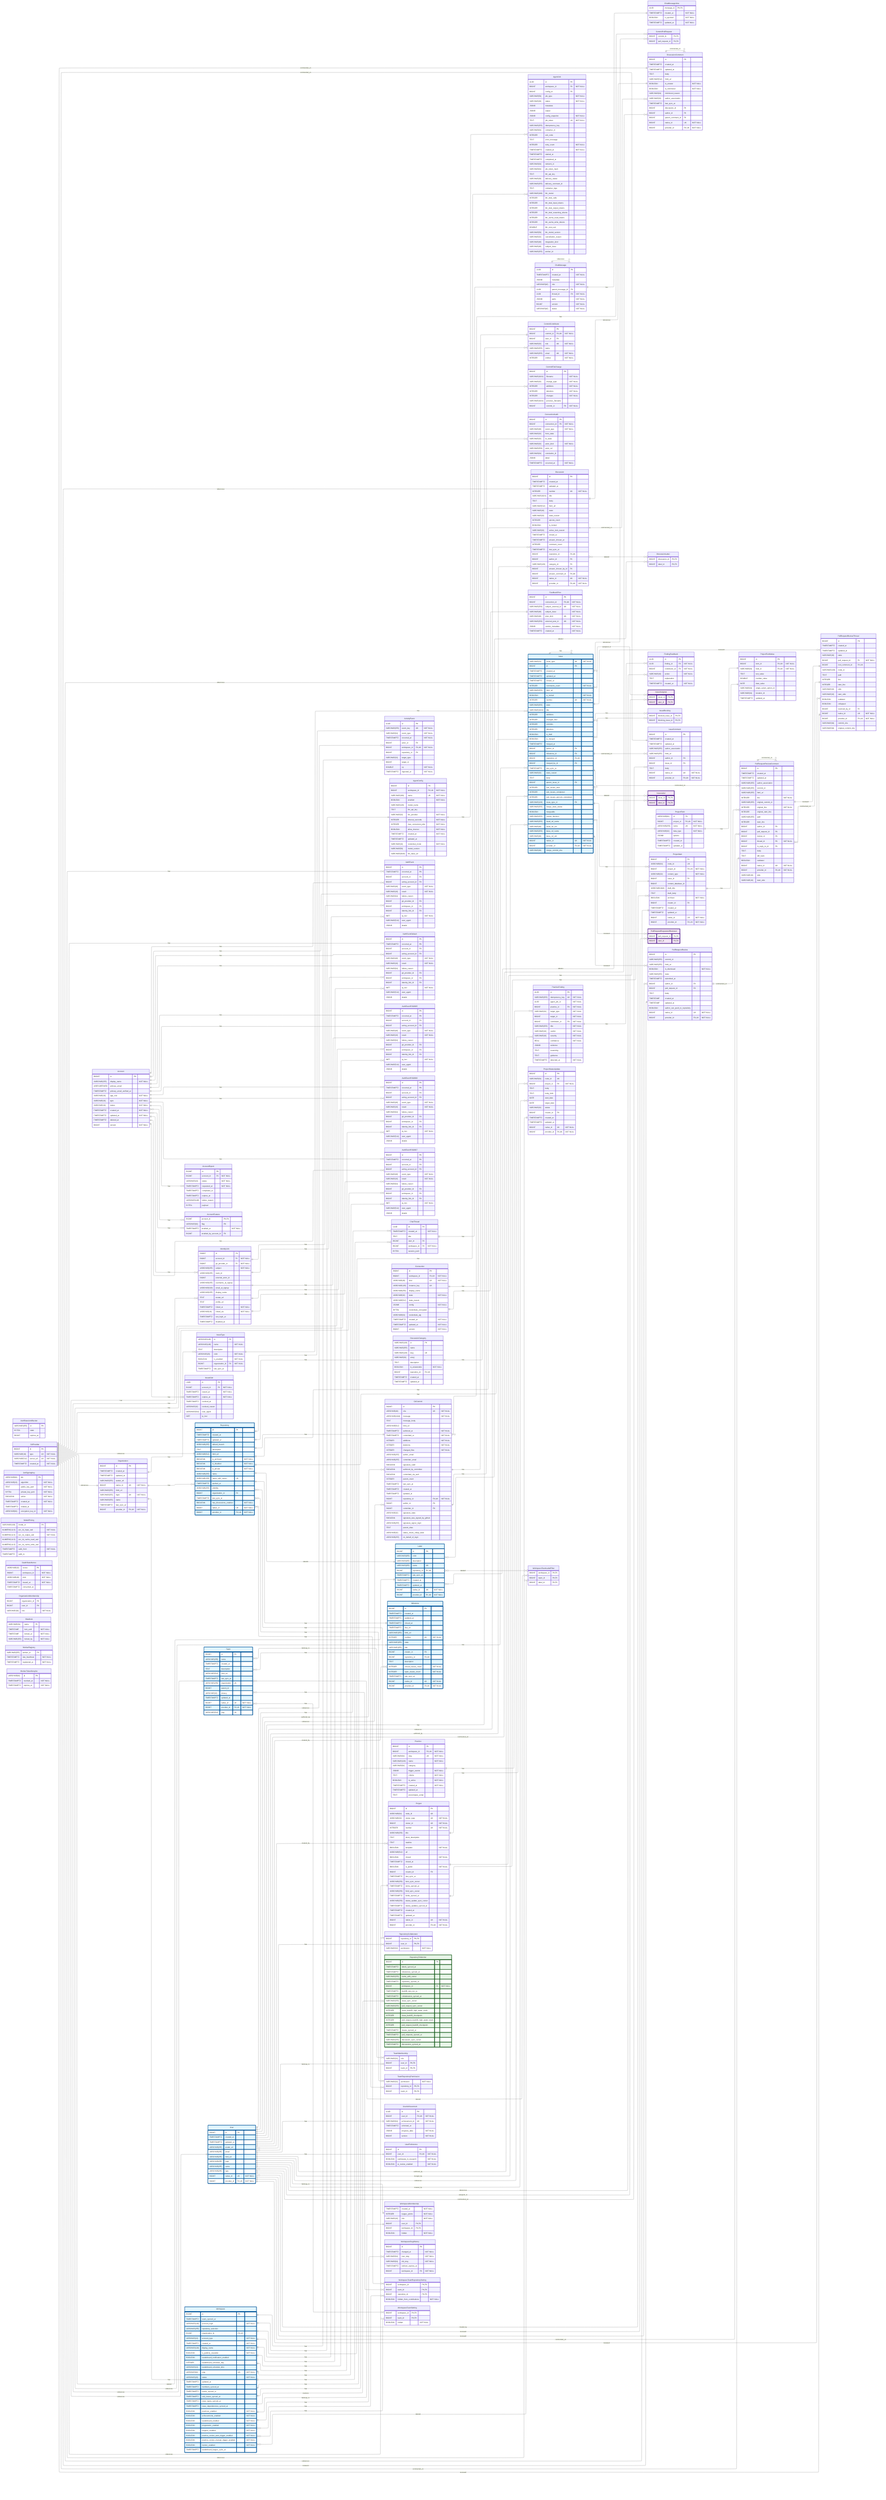
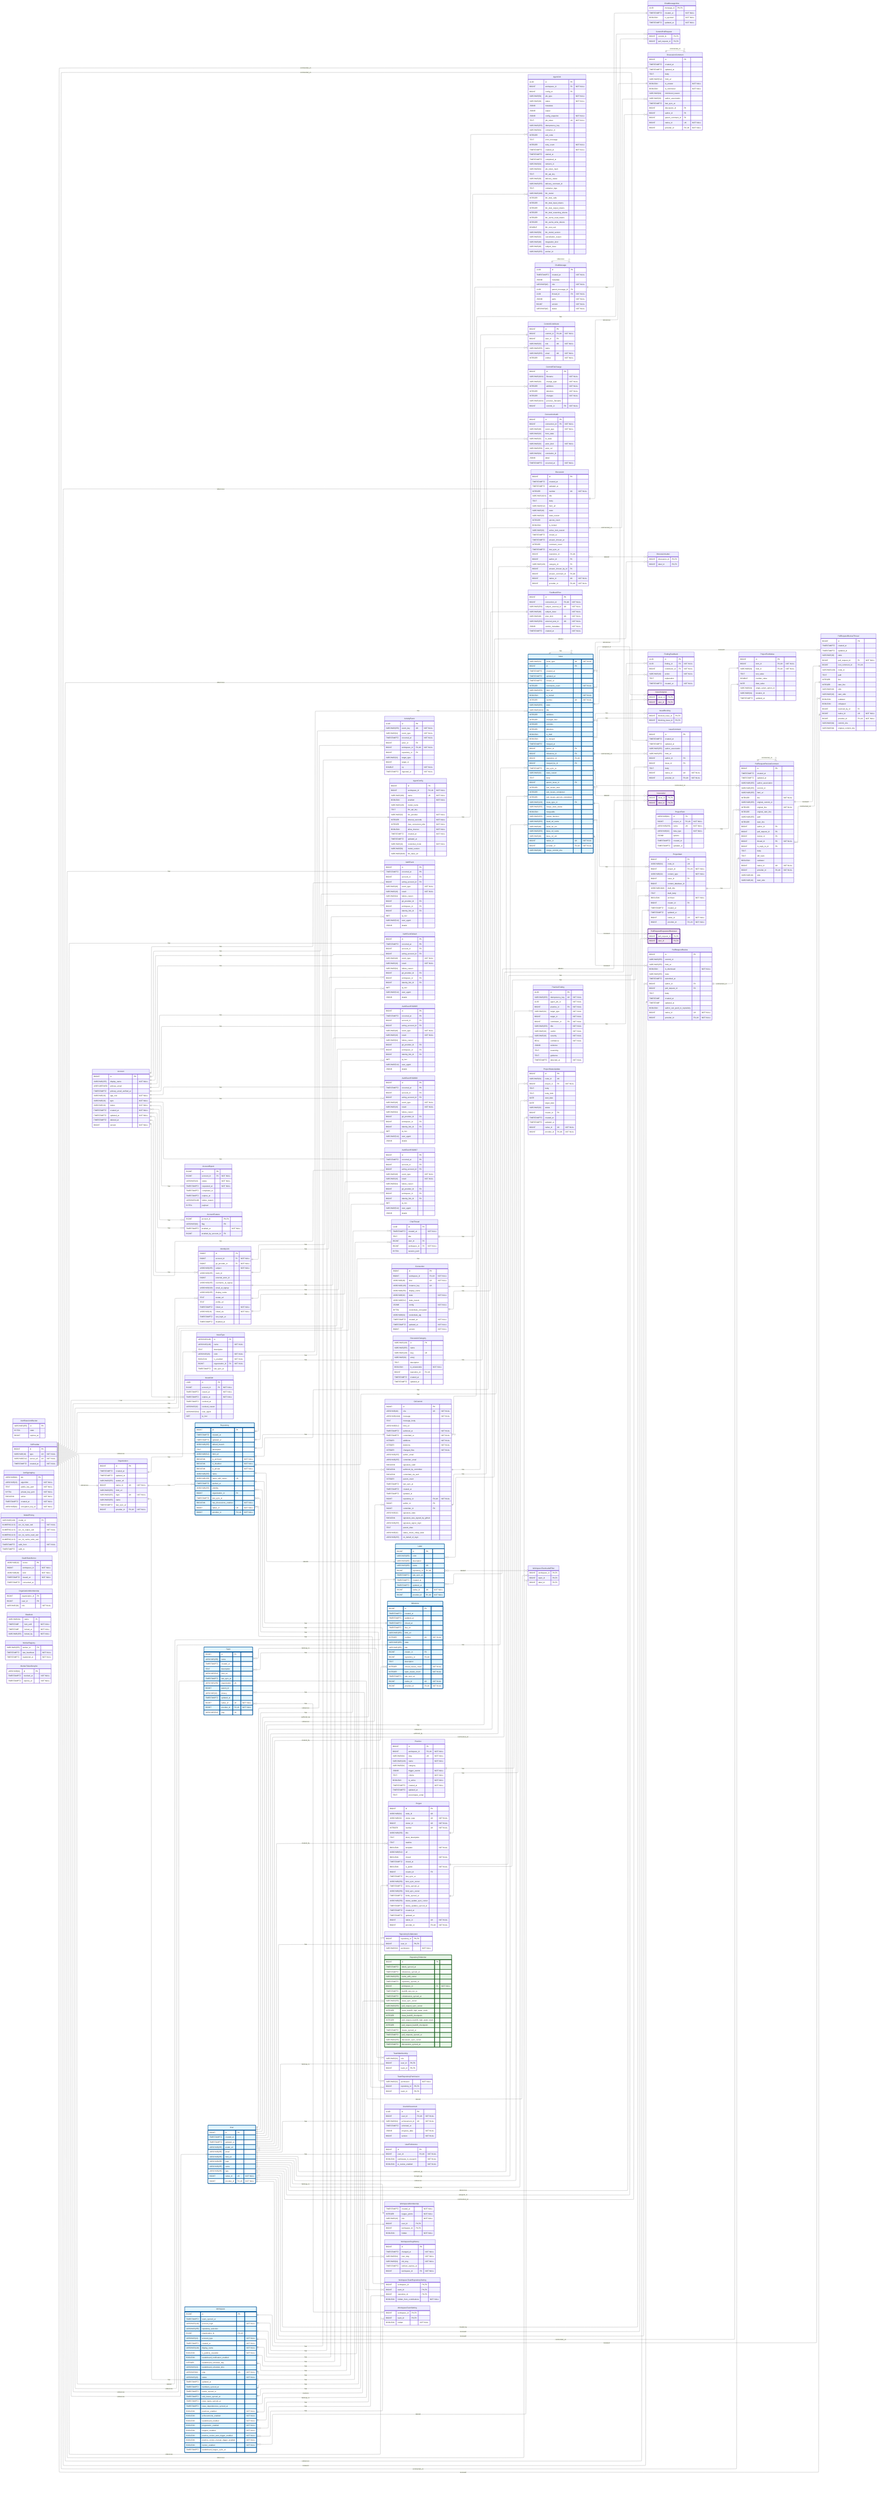
---
config:
    layout: elk
---
erDiagram
    %% Generated automatically from PostgreSQL database schema
    %% using scripts/generate-mermaid-erd.ts
    %% To regenerate: pnpm run db:generate-erd-docs

    direction LR

    Account {
        BIGINT id PK
        VARCHAR(255) display_name "NOT NULL"
        USER-DEFINED primary_email
        TIMESTAMPTZ primary_email_verified_at
        VARCHAR(16) app_role "NOT NULL"
        VARCHAR(16) type "NOT NULL"
        VARCHAR(16) status "NOT NULL"
        TIMESTAMPTZ created_at "NOT NULL"
        TIMESTAMPTZ updated_at "NOT NULL"
        TIMESTAMPTZ deleted_at
        BIGINT version "NOT NULL"
    }

    AccountExport {
        BIGINT id PK
        BIGINT account_id FK "NOT NULL"
        VARCHAR(16) status "NOT NULL"
        TIMESTAMPTZ requested_at "NOT NULL"
        TIMESTAMPTZ completed_at
        TIMESTAMPTZ expires_at
        VARCHAR(128) failure_reason
        BYTEA payload
    }

    AccountFeature {
        BIGINT account_id PK,FK
        VARCHAR(64) flag PK
        TIMESTAMPTZ enabled_at "NOT NULL"
        BIGINT enabled_by_account_id FK
    }

    ActivityEvent {
        UUID id PK
        VARCHAR(255) event_key UK "NOT NULL"
        VARCHAR(64) event_type "NOT NULL"
        TIMESTAMPTZ occurred_at "NOT NULL"
        BIGINT actor_id FK
        BIGINT workspace_id FK,UK "NOT NULL"
        BIGINT repository_id FK
        VARCHAR(32) target_type
        BIGINT target_id
        DOUBLE xp "NOT NULL"
        TIMESTAMPTZ ingested_at "NOT NULL"
    }

    AgentConfig {
        BIGINT id PK
        BIGINT workspace_id FK,UK "NOT NULL"
        VARCHAR(100) name UK "NOT NULL"
        BOOLEAN enabled "NOT NULL"
        VARCHAR(128) model_name
        TEXT llm_api_key
        VARCHAR(32) llm_provider "NOT NULL"
        INTEGER timeout_seconds "NOT NULL"
        INTEGER max_concurrent_jobs "NOT NULL"
        BOOLEAN allow_internet "NOT NULL"
        TIMESTAMPTZ created_at "NOT NULL"
        TIMESTAMPTZ updated_at
        VARCHAR(16) credential_mode "NOT NULL"
        VARCHAR(50) model_version
        VARCHAR(2048) llm_base_url
    }

    AgentJob {
        UUID id PK
        BIGINT workspace_id FK "NOT NULL"
        BIGINT config_id FK
        VARCHAR(50) job_type "NOT NULL"
        VARCHAR(20) status "NOT NULL"
        JSONB metadata
        JSONB output
        JSONB config_snapshot "NOT NULL"
        TEXT job_token UK "NOT NULL"
        VARCHAR(255) idempotency_key
        VARCHAR(64) container_id
        INTEGER exit_code
        TEXT error_message
        INTEGER retry_count "NOT NULL"
        TIMESTAMPTZ created_at "NOT NULL"
        TIMESTAMPTZ started_at
        TIMESTAMPTZ completed_at
        VARCHAR(64) network_id
        VARCHAR(64) job_token_hash
        TEXT llm_api_key
        VARCHAR(20) delivery_status
        VARCHAR(255) delivery_comment_id
        TEXT container_logs
        VARCHAR(100) llm_model
        INTEGER llm_total_calls
        INTEGER llm_total_input_tokens
        INTEGER llm_total_output_tokens
        INTEGER llm_total_reasoning_tokens
        INTEGER llm_cache_read_tokens
        INTEGER llm_cache_write_tokens
        DOUBLE llm_cost_usd
        VARCHAR(50) llm_model_version
        VARCHAR(32) cancellation_reason
        VARCHAR(48) integration_kind
        VARCHAR(48) subject_class
        VARCHAR(255) worker_id
    }

    AuthEvent {
        BIGINT id PK
        TIMESTAMPTZ occurred_at PK
        BIGINT account_id FK
        BIGINT acting_account_id FK
        VARCHAR(48) event_type "NOT NULL"
        VARCHAR(16) result "NOT NULL"
        VARCHAR(64) failure_reason
        BIGINT git_provider_id FK
        BIGINT workspace_id FK
        BIGINT identity_link_id FK
-         INET ip_inet "NOT NULL"
+         INET ip_inet
        VARCHAR(512) user_agent
        JSONB details
    }

    AuthEventDefault {
        BIGINT id PK
        TIMESTAMPTZ occurred_at PK
        BIGINT account_id FK
        BIGINT acting_account_id FK
        VARCHAR(48) event_type "NOT NULL"
        VARCHAR(16) result "NOT NULL"
        VARCHAR(64) failure_reason
        BIGINT git_provider_id FK
        BIGINT workspace_id FK
        BIGINT identity_link_id FK
-         INET ip_inet "NOT NULL"
+         INET ip_inet
        VARCHAR(512) user_agent
        JSONB details
    }

    AuthEventP202605 {
        BIGINT id PK
        TIMESTAMPTZ occurred_at PK
        BIGINT account_id FK
        BIGINT acting_account_id FK
        VARCHAR(48) event_type "NOT NULL"
        VARCHAR(16) result "NOT NULL"
        VARCHAR(64) failure_reason
        BIGINT git_provider_id FK
        BIGINT workspace_id FK
        BIGINT identity_link_id FK
-         INET ip_inet "NOT NULL"
+         INET ip_inet
        VARCHAR(512) user_agent
        JSONB details
    }

    AuthEventP202606 {
        BIGINT id PK
        TIMESTAMPTZ occurred_at PK
        BIGINT account_id FK
        BIGINT acting_account_id FK
        VARCHAR(48) event_type "NOT NULL"
        VARCHAR(16) result "NOT NULL"
        VARCHAR(64) failure_reason
        BIGINT git_provider_id FK
        BIGINT workspace_id FK
        BIGINT identity_link_id FK
-         INET ip_inet "NOT NULL"
+         INET ip_inet
        VARCHAR(512) user_agent
        JSONB details
    }

    AuthEventP202607 {
        BIGINT id PK
        TIMESTAMPTZ occurred_at PK
        BIGINT account_id FK
        BIGINT acting_account_id FK
        VARCHAR(48) event_type "NOT NULL"
        VARCHAR(16) result "NOT NULL"
        VARCHAR(64) failure_reason
        BIGINT git_provider_id FK
        BIGINT workspace_id FK
        BIGINT identity_link_id FK
-         INET ip_inet "NOT NULL"
+         INET ip_inet
        VARCHAR(512) user_agent
        JSONB details
    }

    AuthRateLimitBucket {
        VARCHAR(255) id PK
        BYTEA state
        BIGINT expires_at
    }

    ChatMessage {
        UUID id PK
        TIMESTAMPTZ created_at "NOT NULL"
        JSONB metadata
        VARCHAR(16) role "NOT NULL"
        UUID parent_message_id FK
        UUID thread_id FK "NOT NULL"
        JSONB parts "NOT NULL"
        BIGINT version "NOT NULL"
        VARCHAR(16) status "NOT NULL"
    }

    ChatMessageVote {
        UUID message_id PK,FK
        TIMESTAMPTZ created_at "NOT NULL"
        BOOLEAN is_upvoted "NOT NULL"
        TIMESTAMPTZ updated_at "NOT NULL"
    }

    ChatThread {
        UUID id PK
        TIMESTAMPTZ created_at "NOT NULL"
        TEXT title
        BIGINT user_id FK
        BIGINT workspace_id FK "NOT NULL"
        BYTEA session_jsonl
    }

    CommitContributor {
        BIGINT id PK
        BIGINT commit_id FK,UK "NOT NULL"
        BIGINT user_id FK
        VARCHAR(32) role UK "NOT NULL"
        VARCHAR(255) name
        VARCHAR(255) email UK "NOT NULL"
        INTEGER ordinal "NOT NULL"
    }

    CommitFileChange {
        BIGINT id PK
        VARCHAR(1024) filename "NOT NULL"
        VARCHAR(32) change_type "NOT NULL"
        INTEGER additions "NOT NULL"
        INTEGER deletions "NOT NULL"
        INTEGER changes "NOT NULL"
        VARCHAR(1024) previous_filename
        BIGINT commit_id FK "NOT NULL"
    }

    CommitPullRequest {
        BIGINT commit_id PK,FK
        BIGINT pull_request_id PK,FK
    }

    Connection {
        BIGINT id PK
        BIGINT workspace_id FK,UK "NOT NULL"
        VARCHAR(48) kind UK "NOT NULL"
        VARCHAR(128) instance_key UK
        VARCHAR(256) display_name
        VARCHAR(32) state "NOT NULL"
        VARCHAR(512) state_reason
        JSONB config "NOT NULL"
        BYTEA credentials_encrypted
        VARCHAR(64) credentials_alg
        TIMESTAMPTZ created_at "NOT NULL"
        TIMESTAMPTZ updated_at "NOT NULL"
        BIGINT version "NOT NULL"
    }

    ConnectionAudit {
        BIGINT id PK
        BIGINT connection_id FK "NOT NULL"
        VARCHAR(48) event_type "NOT NULL"
        VARCHAR(32) from_state
        VARCHAR(32) to_state
        VARCHAR(32) actor_kind "NOT NULL"
        VARCHAR(256) actor_ref
        VARCHAR(64) correlation_id
        JSONB detail
        TIMESTAMPTZ occurred_at "NOT NULL"
    }

    Discussion {
        BIGINT id PK
        TIMESTAMPTZ created_at
        TIMESTAMPTZ updated_at
        INTEGER number UK "NOT NULL"
        VARCHAR(1024) title
        TEXT body
        VARCHAR(512) html_url
        VARCHAR(16) state
        VARCHAR(32) state_reason
        INTEGER upvote_count
        BOOLEAN is_locked
        VARCHAR(32) active_lock_reason
        TIMESTAMPTZ closed_at
        TIMESTAMPTZ answer_chosen_at
        INTEGER comment_count
        TIMESTAMPTZ last_sync_at
        BIGINT repository_id FK,UK
        BIGINT author_id FK
        VARCHAR(128) category_id FK
        BIGINT answer_chosen_by_id FK
        BIGINT answer_comment_id FK,UK
        BIGINT native_id UK "NOT NULL"
        BIGINT provider_id FK,UK "NOT NULL"
    }

    DiscussionCategory {
        VARCHAR(128) id PK
        VARCHAR(255) name
        VARCHAR(128) slug UK
        VARCHAR(32) emoji
        TEXT description
        BOOLEAN is_answerable "NOT NULL"
        BIGINT repository_id FK,UK
        TIMESTAMPTZ created_at
        TIMESTAMPTZ updated_at
    }

    DiscussionComment {
        BIGINT id PK
        TIMESTAMPTZ created_at
        TIMESTAMPTZ updated_at
        TEXT body
        VARCHAR(512) html_url
        BOOLEAN is_answer "NOT NULL"
        BOOLEAN is_minimized "NOT NULL"
        VARCHAR(64) minimized_reason
        VARCHAR(32) author_association
        TIMESTAMPTZ last_sync_at
        BIGINT discussion_id FK
        BIGINT author_id FK
        BIGINT parent_comment_id FK
        BIGINT native_id UK "NOT NULL"
        BIGINT provider_id FK,UK "NOT NULL"
    }

    DiscussionLabel {
        BIGINT discussion_id PK,FK
        BIGINT label_id PK,FK
    }

    FeedbackPost {
        BIGINT id PK
        BIGINT connection_id FK,UK "NOT NULL"
        VARCHAR(256) subject_external_id UK "NOT NULL"
        VARCHAR(48) subject_class "NOT NULL"
        VARCHAR(48) post_kind UK "NOT NULL"
        VARCHAR(256) external_post_id UK "NOT NULL"
        JSONB vendor_metadata "NOT NULL"
        TIMESTAMPTZ created_at "NOT NULL"
    }

    FindingFeedback {
        UUID id PK
        UUID finding_id FK "NOT NULL"
        BIGINT contributor_id FK "NOT NULL"
        VARCHAR(16) action "NOT NULL"
        TEXT explanation
        TIMESTAMPTZ created_at "NOT NULL"
    }

    GitCommit {
        BIGINT id PK
        VARCHAR(40) sha UK "NOT NULL"
        VARCHAR(1024) message "NOT NULL"
        TEXT message_body
        VARCHAR(512) html_url
        TIMESTAMPTZ authored_at "NOT NULL"
        TIMESTAMPTZ committed_at "NOT NULL"
        INTEGER additions "NOT NULL"
        INTEGER deletions "NOT NULL"
        INTEGER changed_files "NOT NULL"
        VARCHAR(255) author_email
        VARCHAR(255) committer_email
        BOOLEAN signature_valid
        BOOLEAN authored_by_committer
        BOOLEAN committed_via_web
        INTEGER parent_count
        TIMESTAMPTZ last_sync_at
        TIMESTAMPTZ created_at
        TIMESTAMPTZ updated_at
        BIGINT repository_id FK,UK "NOT NULL"
        BIGINT author_id FK
        BIGINT committer_id FK
        VARCHAR(32) signature_state
        BOOLEAN signature_was_signed_by_github
        VARCHAR(255) signature_signer_login
        TEXT parent_shas
        VARCHAR(32) status_check_rollup_state
        VARCHAR(255) on_behalf_of_login
    }

    GitProvider {
        BIGINT id PK
        VARCHAR(10) type UK "NOT NULL"
        VARCHAR(512) server_url UK "NOT NULL"
        TIMESTAMPTZ created_at "NOT NULL"
    }

    IdentityLink {
        BIGINT id PK
        BIGINT account_id FK "NOT NULL"
        BIGINT git_provider_id FK "NOT NULL"
        VARCHAR(255) subject "NOT NULL"
        VARCHAR(255) team_id
        BIGINT external_actor_id
        VARCHAR(255) username_at_signup
        VARCHAR(320) email_at_signup
        VARCHAR(255) display_name
        TEXT avatar_url
        TEXT profile_url
        TIMESTAMPTZ linked_at "NOT NULL"
        VARCHAR(16) linked_via "NOT NULL"
        TIMESTAMPTZ last_login_at
        TIMESTAMPTZ disabled_at
    }

    Issue {
        VARCHAR(31) issue_type UK "NOT NULL"
        BIGINT id PK
        TIMESTAMPTZ created_at
        TIMESTAMPTZ updated_at
        TIMESTAMPTZ closed_at
        INTEGER comments_count "NOT NULL"
        VARCHAR(255) html_url
        BOOLEAN is_locked "NOT NULL"
        INTEGER number UK "NOT NULL"
        VARCHAR(255) state
        VARCHAR(1024) title
        INTEGER additions
        INTEGER changed_files
        INTEGER commits
        INTEGER deletions
        BOOLEAN is_draft
        BOOLEAN is_merged
        TIMESTAMPTZ merged_at
        BIGINT author_id FK
        BIGINT milestone_id FK
        BIGINT repository_id FK,UK
        BIGINT merged_by_id FK
        TIMESTAMPTZ last_sync_at
        VARCHAR(32) state_reason
        TEXT body
        BIGINT parent_issue_id FK
        INTEGER sub_issues_total
        INTEGER sub_issues_completed
        INTEGER sub_issues_percent_completed
        VARCHAR(128) issue_type_id FK
        VARCHAR(255) merge_state_status
        BOOLEAN mergeable
        VARCHAR(255) review_decision
        VARCHAR(255) head_ref_name
        VARCHAR(40) head_ref_oid
        VARCHAR(255) base_ref_name
        VARCHAR(40) base_ref_oid
        BIGINT native_id UK "NOT NULL"
        BIGINT provider_id FK,UK "NOT NULL"
        VARCHAR(40) merge_commit_sha
    }

    IssueAssignee {
        BIGINT issue_id PK,FK
        BIGINT user_id PK,FK
    }

    IssueBlocking {
        BIGINT blocked_issue_id PK,FK
        BIGINT blocking_issue_id PK,FK
    }

    IssueComment {
        BIGINT id PK
        TIMESTAMPTZ created_at
        TIMESTAMPTZ updated_at
        VARCHAR(255) author_association
        VARCHAR(255) html_url
        BIGINT author_id FK
        BIGINT issue_id FK
        TEXT body
        BIGINT native_id UK "NOT NULL"
        BIGINT provider_id FK,UK "NOT NULL"
    }

    IssueLabel {
        BIGINT issue_id PK,FK
        BIGINT label_id PK,FK
    }

    IssueType {
        VARCHAR(128) id PK
        VARCHAR(128) name "NOT NULL"
        TEXT description
        VARCHAR(20) color "NOT NULL"
        BOOLEAN is_enabled "NOT NULL"
        BIGINT organization_id FK "NOT NULL"
        TIMESTAMPTZ last_sync_at
    }

    IssuedJwt {
        UUID jti PK
        BIGINT account_id FK "NOT NULL"
        TIMESTAMPTZ issued_at "NOT NULL"
        TIMESTAMPTZ expires_at "NOT NULL"
        TIMESTAMPTZ revoked_at
        VARCHAR(32) revoked_reason
        VARCHAR(512) user_agent
        INET ip_inet
    }

    JwtSigningKey {
        VARCHAR(64) kid PK
        VARCHAR(16) algorithm "NOT NULL"
        TEXT public_key_pem "NOT NULL"
        BYTEA private_key_pem "NOT NULL"
        BOOLEAN active "NOT NULL"
        TIMESTAMPTZ created_at "NOT NULL"
-         TIMESTAMPTZ rotated_at
        VARCHAR(64) encryption_key_id "NOT NULL"
    }

    Label {
        BIGINT id PK
        VARCHAR(255) color
        VARCHAR(255) description
        VARCHAR(255) name UK
        BIGINT repository_id FK,UK
        TIMESTAMPTZ last_sync_at
        TIMESTAMPTZ created_at
        TIMESTAMPTZ updated_at
        BIGINT native_id UK "NOT NULL"
        BIGINT provider_id FK,UK "NOT NULL"
    }

    Milestone {
        BIGINT id PK
        TIMESTAMPTZ created_at
        TIMESTAMPTZ updated_at
        TIMESTAMPTZ closed_at
        TIMESTAMPTZ due_on
        VARCHAR(255) html_url
        INTEGER number UK "NOT NULL"
        VARCHAR(255) state
        VARCHAR(255) title
        BIGINT creator_id FK
        BIGINT repository_id FK,UK
        TEXT description
        INTEGER closed_issues_count "NOT NULL"
        INTEGER open_issues_count "NOT NULL"
        TIMESTAMPTZ last_sync_at
        BIGINT native_id UK "NOT NULL"
        BIGINT provider_id FK,UK "NOT NULL"
    }

    ModelPricing {
        VARCHAR(128) model_id PK
        NUMERIC(12,6) per_1k_input_usd "NOT NULL"
        NUMERIC(12,6) per_1k_output_usd "NOT NULL"
        NUMERIC(12,6) per_1k_cache_read_usd
        NUMERIC(12,6) per_1k_cache_write_usd
        TIMESTAMPTZ valid_from "NOT NULL"
        TIMESTAMPTZ valid_to
    }

    OauthStateNonce {
        VARCHAR(32) nonce PK
        BIGINT workspace_id "NOT NULL"
        VARCHAR(48) kind "NOT NULL"
        TIMESTAMPTZ issued_at "NOT NULL"
        TIMESTAMPTZ consumed_at
    }

    Organization {
        BIGINT id PK
        TIMESTAMPTZ created_at
        TIMESTAMPTZ updated_at
        VARCHAR(255) avatar_url
        BIGINT native_id UK "NOT NULL"
        VARCHAR(255) html_url
        VARCHAR(255) login UK "NOT NULL"
        VARCHAR(255) name
        TIMESTAMPTZ last_sync_at
        BIGINT provider_id FK,UK "NOT NULL"
    }

    OrganizationMembership {
        BIGINT organization_id PK
        BIGINT user_id PK
        VARCHAR(32) role "NOT NULL"
    }

    Practice {
        BIGINT id PK
        BIGINT workspace_id FK,UK "NOT NULL"
        VARCHAR(64) slug UK "NOT NULL"
        VARCHAR(128) name "NOT NULL"
        VARCHAR(64) category
        JSONB trigger_events "NOT NULL"
        TEXT criteria "NOT NULL"
        BOOLEAN is_active "NOT NULL"
        TIMESTAMPTZ created_at "NOT NULL"
        TIMESTAMPTZ updated_at
        TEXT precompute_script
    }

    PracticeFinding {
        UUID id PK
        VARCHAR(255) idempotency_key UK "NOT NULL"
        UUID agent_job_id "NOT NULL"
        BIGINT practice_id FK "NOT NULL"
        VARCHAR(32) target_type "NOT NULL"
        BIGINT target_id "NOT NULL"
        BIGINT contributor_id FK "NOT NULL"
        VARCHAR(255) title "NOT NULL"
        VARCHAR(16) verdict "NOT NULL"
        VARCHAR(16) severity "NOT NULL"
        REAL confidence "NOT NULL"
        JSONB evidence
        TEXT reasoning
        TEXT guidance
        TIMESTAMPTZ detected_at "NOT NULL"
    }

    Project {
        BIGINT id PK
        VARCHAR(64) node_id UK
        VARCHAR(32) owner_type UK "NOT NULL"
        BIGINT owner_id UK "NOT NULL"
        INTEGER number UK "NOT NULL"
        VARCHAR(256) title
        TEXT short_description
        TEXT readme
        BOOLEAN template "NOT NULL"
        VARCHAR(512) url
        BOOLEAN closed "NOT NULL"
        TIMESTAMPTZ closed_at
        BOOLEAN is_public "NOT NULL"
        BIGINT creator_id FK
        TIMESTAMPTZ last_sync_at
        VARCHAR(256) item_sync_cursor
        TIMESTAMPTZ items_synced_at
        VARCHAR(256) field_sync_cursor
        TIMESTAMPTZ fields_synced_at
        VARCHAR(256) status_update_sync_cursor
        TIMESTAMPTZ status_updates_synced_at
        TIMESTAMPTZ created_at
        TIMESTAMPTZ updated_at
        BIGINT native_id UK "NOT NULL"
        BIGINT provider_id FK,UK "NOT NULL"
    }

    ProjectField {
        VARCHAR(64) id PK
        BIGINT project_id FK,UK "NOT NULL"
        VARCHAR(256) name UK "NOT NULL"
        VARCHAR(32) data_type "NOT NULL"
        JSONB options
        TIMESTAMPTZ created_at
        TIMESTAMPTZ updated_at
    }

    ProjectFieldValue {
        BIGINT id PK
        BIGINT item_id FK,UK "NOT NULL"
        VARCHAR(64) field_id FK,UK "NOT NULL"
        TEXT text_value
        DOUBLE number_value
        DATE date_value
        VARCHAR(64) single_select_option_id
        VARCHAR(64) iteration_id
        TIMESTAMPTZ updated_at
    }

    ProjectItem {
        BIGINT id PK
        VARCHAR(64) node_id UK
        BIGINT project_id FK,UK "NOT NULL"
        VARCHAR(32) content_type "NOT NULL"
        BIGINT issue_id FK
        BIGINT content_database_id
        VARCHAR(1024) draft_title
        TEXT draft_body
        BOOLEAN archived "NOT NULL"
        BIGINT creator_id FK
        TIMESTAMPTZ created_at
        TIMESTAMPTZ updated_at
        BIGINT native_id UK "NOT NULL"
        BIGINT provider_id FK,UK "NOT NULL"
    }

    ProjectStatusUpdate {
        BIGINT id PK
        VARCHAR(64) node_id UK
        BIGINT project_id FK "NOT NULL"
        TEXT body
        TEXT body_html
        DATE start_date
        DATE target_date
        VARCHAR(32) status
        BIGINT creator_id FK
        TIMESTAMPTZ created_at
        TIMESTAMPTZ updated_at
        BIGINT native_id UK "NOT NULL"
        BIGINT provider_id FK,UK "NOT NULL"
    }

    PullRequestRequestedReviewer {
        BIGINT pull_request_id PK,FK
        BIGINT user_id PK,FK
    }

    PullRequestReview {
        BIGINT id PK
        VARCHAR(255) commit_id
        VARCHAR(255) html_url
        BOOLEAN is_dismissed "NOT NULL"
        VARCHAR(255) state
        TIMESTAMPTZ submitted_at
        BIGINT author_id FK
        BIGINT pull_request_id FK
        TEXT body
        TIMESTAMP created_at
        TIMESTAMP updated_at
        BOOLEAN author_can_push_to_repository
        BIGINT native_id UK "NOT NULL"
        BIGINT provider_id FK,UK "NOT NULL"
    }

    PullRequestReviewComment {
        BIGINT id PK
        TIMESTAMPTZ created_at
        TIMESTAMPTZ updated_at
        VARCHAR(255) author_association
        VARCHAR(255) commit_id
        VARCHAR(255) html_url
        INTEGER line "NOT NULL"
        VARCHAR(255) original_commit_id
        INTEGER original_line "NOT NULL"
        INTEGER original_start_line
        VARCHAR(255) path
        INTEGER start_line
        BIGINT author_id FK
        BIGINT pull_request_id FK
        BIGINT review_id FK
        BIGINT thread_id FK "NOT NULL"
        BIGINT in_reply_to_id FK
        TEXT body
        TEXT diff_hunk
        BOOLEAN outdated
        BIGINT native_id UK "NOT NULL"
        BIGINT provider_id FK,UK "NOT NULL"
        VARCHAR(16) side
        VARCHAR(16) start_side
    }

    PullRequestReviewThread {
        BIGINT id PK
        TIMESTAMPTZ created_at
        TIMESTAMPTZ updated_at
        VARCHAR(20) state
        BIGINT pull_request_id FK "NOT NULL"
        BIGINT root_comment_id FK,UK
        VARCHAR(128) node_id
        TEXT path
        INTEGER line
        INTEGER start_line
        VARCHAR(16) side
        VARCHAR(16) start_side
        BOOLEAN outdated
        BOOLEAN collapsed
        BIGINT resolved_by_id FK
        BIGINT native_id UK "NOT NULL"
        BIGINT provider_id FK,UK "NOT NULL"
        VARCHAR(64) commit_sha
        VARCHAR(64) original_commit_sha
    }

    Repository {
        BIGINT id PK
        TIMESTAMPTZ created_at
        TIMESTAMPTZ updated_at
        VARCHAR(255) default_branch
        TEXT description
        VARCHAR(512) html_url
        BOOLEAN is_archived "NOT NULL"
        BOOLEAN is_disabled "NOT NULL"
        BOOLEAN is_private "NOT NULL"
        VARCHAR(255) name
        VARCHAR(150) name_with_owner UK
        TIMESTAMPTZ pushed_at
        VARCHAR(255) visibility
        BIGINT organization_id FK
        TIMESTAMPTZ last_sync_at
        BOOLEAN has_discussions_enabled "NOT NULL"
        BIGINT native_id UK "NOT NULL"
        BIGINT provider_id FK,UK "NOT NULL"
    }

    RepositoryCollaborator {
        BIGINT repository_id PK,FK
        BIGINT user_id PK,FK
        VARCHAR(32) permission "NOT NULL"
    }

    RepositoryToMonitor {
        BIGINT id PK
        TIMESTAMPTZ labels_synced_at
        TIMESTAMPTZ milestones_synced_at
        VARCHAR(255) name_with_owner
        TIMESTAMPTZ repository_synced_at
        BIGINT workspace_id FK "NOT NULL"
        TIMESTAMPTZ backfill_last_run_at
        TIMESTAMPTZ collaborators_synced_at
        VARCHAR(255) issue_sync_cursor
        VARCHAR(255) pull_request_sync_cursor
        INTEGER issue_backfill_high_water_mark
        INTEGER issue_backfill_checkpoint
        INTEGER pull_request_backfill_high_water_mark
        INTEGER pull_request_backfill_checkpoint
        TIMESTAMPTZ issues_synced_at
        TIMESTAMPTZ pull_requests_synced_at
        VARCHAR(255) discussion_sync_cursor
        TIMESTAMPTZ discussions_synced_at
    }

    Shedlock {
        VARCHAR(64) name PK
        TIMESTAMP lock_until "NOT NULL"
        TIMESTAMP locked_at "NOT NULL"
        VARCHAR(255) locked_by "NOT NULL"
    }

    Team {
        BIGINT id PK
        VARCHAR(255) name
        TIMESTAMPTZ created_at
        TEXT description
        VARCHAR(512) html_url
        TIMESTAMPTZ last_sync_at
        VARCHAR(255) organization UK
        BIGINT parent_id
        VARCHAR(32) privacy
        TIMESTAMPTZ updated_at
        BIGINT native_id UK "NOT NULL"
        BIGINT provider_id FK,UK "NOT NULL"
        VARCHAR(512) slug UK
    }

    TeamMembership {
        VARCHAR(32) role
        BIGINT user_id PK,FK
        BIGINT team_id PK,FK
    }

    TeamRepositoryPermission {
        VARCHAR(32) permission "NOT NULL"
        BIGINT repository_id PK,FK
        BIGINT team_id PK,FK
    }

    User {
        BIGINT id PK
        TIMESTAMPTZ created_at
        TIMESTAMPTZ updated_at
        VARCHAR(255) avatar_url
        VARCHAR(255) email
        VARCHAR(255) html_url
        VARCHAR(255) login
        VARCHAR(255) name
        VARCHAR(255) type
        BIGINT native_id UK "NOT NULL"
        BIGINT provider_id FK,UK "NOT NULL"
    }

    UserAchievement {
        UUID id PK
        BIGINT user_id FK,UK "NOT NULL"
        VARCHAR(64) achievement_id UK "NOT NULL"
        TIMESTAMPTZ unlocked_at
        JSONB progress_data "NOT NULL"
        BIGINT version "NOT NULL"
    }

    UserPreference {
        BIGINT id PK
        BIGINT user_id FK,UK "NOT NULL"
        BOOLEAN participate_in_research "NOT NULL"
        BOOLEAN ai_review_enabled "NOT NULL"
    }

    WorkerRegistry {
        VARCHAR(255) worker_id PK
        TIMESTAMPTZ last_heartbeat "NOT NULL"
        TIMESTAMPTZ registered_at "NOT NULL"
    }

    WorkerTokenDenylist {
        VARCHAR(64) jti PK
        TIMESTAMPTZ revoked_at "NOT NULL"
        TIMESTAMPTZ expires_at "NOT NULL"
    }

    Workspace {
        BIGINT id PK
        TIMESTAMPTZ users_synced_at
        VARCHAR(120) account_login "NOT NULL"
        VARCHAR(255) repository_selection
        BIGINT organization_id FK,UK
        VARCHAR(10) account_type "NOT NULL"
        TIMESTAMPTZ created_at "NOT NULL"
        VARCHAR(120) display_name "NOT NULL"
        BOOLEAN is_publicly_viewable "NOT NULL"
        BOOLEAN leaderboard_notification_enabled
        INTEGER leaderboard_schedule_day
        VARCHAR(10) leaderboard_schedule_time
        VARCHAR(64) slug UK "NOT NULL"
        VARCHAR(20) status "NOT NULL"
        TIMESTAMPTZ updated_at
        TIMESTAMPTZ members_synced_at
        TIMESTAMPTZ teams_synced_at
        TIMESTAMPTZ sub_issues_synced_at
        TIMESTAMPTZ issue_types_synced_at
        TIMESTAMPTZ issue_dependencies_synced_at
        BOOLEAN practices_enabled "NOT NULL"
        BOOLEAN achievements_enabled "NOT NULL"
        BOOLEAN leaderboard_enabled "NOT NULL"
        BOOLEAN progression_enabled "NOT NULL"
        BOOLEAN leagues_enabled "NOT NULL"
        BOOLEAN practice_review_auto_trigger_enabled "NOT NULL"
        BOOLEAN practice_review_manual_trigger_enabled "NOT NULL"
        BOOLEAN mentor_enabled "NOT NULL"
        TIMESTAMPTZ leaderboard_league_cycle_at
    }

    WorkspaceMembership {
        TIMESTAMPTZ created_at "NOT NULL"
        INTEGER league_points "NOT NULL"
        VARCHAR(16) role "NOT NULL"
        BIGINT user_id PK,FK
        BIGINT workspace_id PK,FK
        BOOLEAN hidden "NOT NULL"
    }

    WorkspaceSlugHistory {
        BIGINT id PK
        TIMESTAMPTZ changed_at "NOT NULL"
        VARCHAR(64) new_slug "NOT NULL"
        VARCHAR(64) old_slug "NOT NULL"
        TIMESTAMPTZ redirect_expires_at
        BIGINT workspace_id FK "NOT NULL"
    }

    WorkspaceTeamLabelFilter {
        BIGINT workspace_id PK,FK
        BIGINT team_id PK,FK
        BIGINT label_id PK,FK
    }

    WorkspaceTeamRepositorySetting {
        BIGINT workspace_id PK,FK
        BIGINT team_id PK,FK
        BIGINT repository_id PK,FK
        BOOLEAN hidden_from_contributions "NOT NULL"
    }

    WorkspaceTeamSetting {
        BIGINT workspace_id PK,FK
        BIGINT team_id PK,FK
        BOOLEAN hidden "NOT NULL"
    }

    %% Relationships
    %% One-to-One relationships
    Workspace ||--|| ActivityEvent : has
    Workspace ||--|| AgentConfig : has
    ChatMessage ||--|| ChatMessageVote : has
    GitCommit ||--|| CommitContributor : has
    Workspace ||--|| Connection : has
    DiscussionComment ||--|| Discussion : references
    GitProvider ||--|| Discussion : references
    Repository ||--|| Discussion : has
    Repository ||--|| DiscussionCategory : has
    GitProvider ||--|| DiscussionComment : commented_on
    Connection ||--|| FeedbackPost : has
    Repository ||--|| GitCommit : has
    GitProvider ||--|| Issue : references
    Repository ||--|| Issue : has
    GitProvider ||--|| IssueComment : commented_on
    GitProvider ||--|| Label : labeled
    Repository ||--|| Label : labeled
    GitProvider ||--|| Milestone : references
    Repository ||--|| Milestone : has
    GitProvider ||--|| Organization : references
    Workspace ||--|| Practice : has
    GitProvider ||--|| Project : references
    Project ||--|| ProjectField : has
    ProjectField ||--|| ProjectFieldValue : has
    ProjectItem ||--|| ProjectFieldValue : has
    Project ||--|| ProjectItem : has
    GitProvider ||--|| ProjectItem : references
    GitProvider ||--|| ProjectStatusUpdate : references
    GitProvider ||--|| PullRequestReview : reviewed
    GitProvider ||--|| PullRequestReviewComment : commented_on
    GitProvider ||--|| PullRequestReviewThread : reviewed
    PullRequestReviewComment ||--|| PullRequestReviewThread : reviewed
    GitProvider ||--|| Repository : references
    GitProvider ||--|| Team : references
    GitProvider ||--|| User : references
    User ||--|| UserAchievement : has
    User ||--|| UserPreference : has
    Organization ||--|| Workspace : has
    User ||--|| WorkspaceMembership : belongs_to
    Workspace ||--|| WorkspaceMembership : belongs_to

    %% One-to-Many relationships
    Account ||--o{ AccountExport : has
    User ||--o{ ActivityEvent : references
    Repository ||--o{ ActivityEvent : has
    AgentConfig ||--o{ AgentJob : has
    Workspace ||--o{ AgentJob : has
    Account ||--o{ AuthEvent : has
    Account ||--o{ AuthEvent : has
    GitProvider ||--o{ AuthEvent : has
    IdentityLink ||--o{ AuthEvent : has
    Workspace ||--o{ AuthEvent : has
    Account ||--o{ AuthEventDefault : has
    Account ||--o{ AuthEventDefault : has
    GitProvider ||--o{ AuthEventDefault : has
    IdentityLink ||--o{ AuthEventDefault : has
    Workspace ||--o{ AuthEventDefault : has
    Account ||--o{ AuthEventP202605 : has
    Account ||--o{ AuthEventP202605 : has
    GitProvider ||--o{ AuthEventP202605 : has
    IdentityLink ||--o{ AuthEventP202605 : has
    Workspace ||--o{ AuthEventP202605 : has
    Account ||--o{ AuthEventP202606 : has
    Account ||--o{ AuthEventP202606 : has
    GitProvider ||--o{ AuthEventP202606 : has
    IdentityLink ||--o{ AuthEventP202606 : has
    Workspace ||--o{ AuthEventP202606 : has
    Account ||--o{ AuthEventP202607 : has
    Account ||--o{ AuthEventP202607 : has
    GitProvider ||--o{ AuthEventP202607 : has
    IdentityLink ||--o{ AuthEventP202607 : has
    Workspace ||--o{ AuthEventP202607 : has
    ChatMessage ||--o{ ChatMessage : references
    ChatThread ||--o{ ChatMessage : has
    User ||--o{ ChatThread : has
    Workspace ||--o{ ChatThread : has
    User ||--o{ CommitContributor : has
    GitCommit ||--o{ CommitFileChange : has
    Connection ||--o{ ConnectionAudit : has
    User ||--o{ Discussion : references
    User ||--o{ Discussion : authored_by
    DiscussionCategory ||--o{ Discussion : has
    User ||--o{ DiscussionComment : commented_on
    Discussion ||--o{ DiscussionComment : commented_on
    DiscussionComment ||--o{ DiscussionComment : commented_on
    User ||--o{ FindingFeedback : references
    PracticeFinding ||--o{ FindingFeedback : has
    User ||--o{ GitCommit : authored_by
    User ||--o{ GitCommit : references
    Account ||--o{ IdentityLink : has
    GitProvider ||--o{ IdentityLink : has
    User ||--o{ Issue : authored_by
    IssueType ||--o{ Issue : has
    User ||--o{ Issue : merged_by
    Milestone ||--o{ Issue : has
    Issue ||--o{ Issue : has
    User ||--o{ IssueComment : commented_on
    Issue ||--o{ IssueComment : commented_on
    Organization ||--o{ IssueType : has
    Account ||--o{ IssuedJwt : has
    User ||--o{ Milestone : created_by
    User ||--o{ PracticeFinding : references
    Practice ||--o{ PracticeFinding : has
    User ||--o{ Project : created_by
    User ||--o{ ProjectItem : created_by
    Issue ||--o{ ProjectItem : has
    User ||--o{ ProjectStatusUpdate : created_by
    Project ||--o{ ProjectStatusUpdate : has
    User ||--o{ PullRequestReview : reviewed
    Issue ||--o{ PullRequestReview : reviewed
    User ||--o{ PullRequestReviewComment : commented_on
    PullRequestReviewComment ||--o{ PullRequestReviewComment : commented_on
    Issue ||--o{ PullRequestReviewComment : commented_on
    PullRequestReview ||--o{ PullRequestReviewComment : commented_on
    PullRequestReviewThread ||--o{ PullRequestReviewComment : commented_on
    Issue ||--o{ PullRequestReviewThread : reviewed
    User ||--o{ PullRequestReviewThread : reviewed
    Organization ||--o{ Repository : has
    Workspace ||--o{ RepositoryToMonitor : monitors
    Workspace ||--o{ WorkspaceSlugHistory : has

    %% Many-to-Many relationships
    Account }o--o{ AccountFeature : has
    Account }o--o{ AccountFeature : has
    GitCommit }o--o{ CommitPullRequest : has
    Issue }o--o{ CommitPullRequest : references
    Discussion }o--o{ DiscussionLabel : labeled
    Label }o--o{ DiscussionLabel : labeled
    Issue }o--o{ IssueAssignee : assigned_to
    User }o--o{ IssueAssignee : assigned_to
    Issue }o--o{ IssueBlocking : has
    Issue }o--o{ IssueBlocking : has
    Issue }o--o{ IssueLabel : labeled
    Label }o--o{ IssueLabel : labeled
    Issue }o--o{ PullRequestRequestedReviewer : reviewed
    User }o--o{ PullRequestRequestedReviewer : reviewed
    Repository }o--o{ RepositoryCollaborator : has
    User }o--o{ RepositoryCollaborator : has
    Team }o--o{ TeamMembership : belongs_to
    User }o--o{ TeamMembership : belongs_to
    Repository }o--o{ TeamRepositoryPermission : has
    Team }o--o{ TeamRepositoryPermission : has
    Label }o--o{ WorkspaceTeamLabelFilter : labeled
    Team }o--o{ WorkspaceTeamLabelFilter : labeled
    Workspace }o--o{ WorkspaceTeamLabelFilter : labeled
    Repository }o--o{ WorkspaceTeamRepositorySetting : has
    Team }o--o{ WorkspaceTeamRepositorySetting : has
    Workspace }o--o{ WorkspaceTeamRepositorySetting : has
    Team }o--o{ WorkspaceTeamSetting : has
    Workspace }o--o{ WorkspaceTeamSetting : has

    %% Styling
    classDef primaryEntity fill:#e1f5fe,stroke:#01579b,stroke-width:2px
    classDef associationEntity fill:#f3e5f5,stroke:#4a148c,stroke-width:2px
    classDef metadataEntity fill:#e8f5e8,stroke:#1b5e20,stroke-width:2px

    class Issue primaryEntity
    class IssueAssignee associationEntity
    class IssueLabel associationEntity
    class Label primaryEntity
    class Milestone primaryEntity
    class PullRequestRequestedReviewer associationEntity
    class Repository primaryEntity
    class RepositoryToMonitor metadataEntity
    class Team primaryEntity
    class User primaryEntity
    class Workspace primaryEntity
